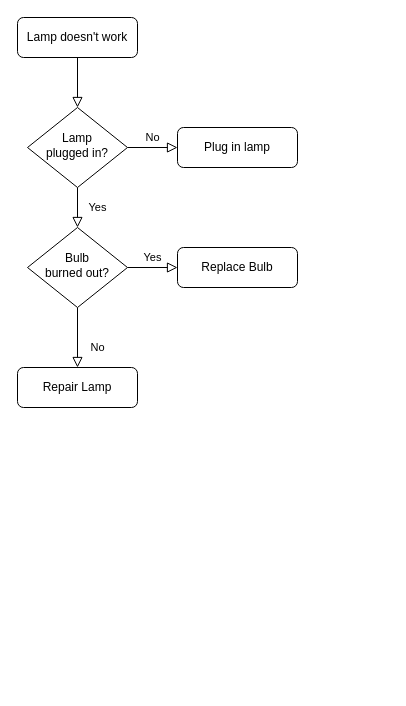
Earlier version of the draw.io diagram 未命名绘图.drawio (SimpleAlong/learngit). Source tidied: cells renumbered, new cells numbered last; positions are measured from the earlier drawing's top-left corner, leaving out a move shared by most shapes. Both pictures are drawn from the tidied source at 100%, with x=0, y=0 at pixel (17, 17).
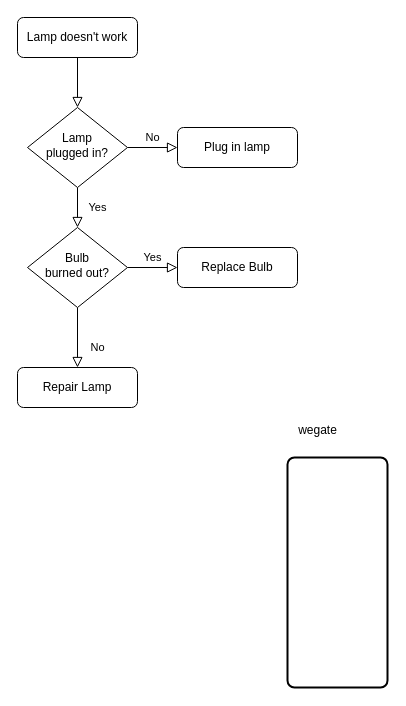
After the change.

Commit message:
更新未命名绘图.drawio

Diff of the diagram source:
```diff
@@
 <mxGraphModel>
   <root>
     <mxCell id="0" />
     <mxCell id="1" parent="0" />
     <mxCell id="2" style="rounded=0;html=1;jettySize=auto;fontSize=11;endArrow=block;endFill=0;endSize=8;strokeWidth=1;shadow=0;labelBackgroundColor=none;edgeStyle=orthogonalEdgeStyle;" parent="1" edge="1" source="3" target="6">
       <mxGeometry relative="1" as="geometry" />
     </mxCell>
     <mxCell id="3" value="Lamp doesn't work" style="rounded=1;whiteSpace=wrap;html=1;fontSize=12;glass=0;strokeWidth=1;shadow=0;" parent="1" vertex="1">
       <mxGeometry width="120" height="40" as="geometry" />
     </mxCell>
     <mxCell id="4" value="Yes" style="rounded=0;html=1;jettySize=auto;fontSize=11;endArrow=block;endFill=0;endSize=8;strokeWidth=1;shadow=0;labelBackgroundColor=none;edgeStyle=orthogonalEdgeStyle;" parent="1" edge="1" source="6" target="10">
       <mxGeometry y="20" relative="1" as="geometry" />
     </mxCell>
     <mxCell id="5" value="No" style="edgeStyle=orthogonalEdgeStyle;rounded=0;html=1;jettySize=auto;fontSize=11;endArrow=block;endFill=0;endSize=8;strokeWidth=1;shadow=0;labelBackgroundColor=none;" parent="1" edge="1" source="6" target="7">
       <mxGeometry y="10" relative="1" as="geometry" />
     </mxCell>
     <mxCell id="6" value="Lamp&lt;br&gt;plugged in?" style="rhombus;whiteSpace=wrap;html=1;shadow=0;fontFamily=Helvetica;fontSize=12;align=center;strokeWidth=1;spacing=6;spacingTop=-4;" parent="1" vertex="1">
       <mxGeometry x="10" y="90" width="100" height="80" as="geometry" />
     </mxCell>
     <mxCell id="7" value="Plug in lamp" style="rounded=1;whiteSpace=wrap;html=1;fontSize=12;glass=0;strokeWidth=1;shadow=0;" parent="1" vertex="1">
       <mxGeometry x="160" y="110" width="120" height="40" as="geometry" />
     </mxCell>
     <mxCell id="8" value="No" style="rounded=0;html=1;jettySize=auto;fontSize=11;endArrow=block;endFill=0;endSize=8;strokeWidth=1;shadow=0;labelBackgroundColor=none;edgeStyle=orthogonalEdgeStyle;" parent="1" edge="1" source="10" target="11">
       <mxGeometry x="0.33" y="20" relative="1" as="geometry" />
     </mxCell>
     <mxCell id="9" value="Yes" style="edgeStyle=orthogonalEdgeStyle;rounded=0;html=1;jettySize=auto;fontSize=11;endArrow=block;endFill=0;endSize=8;strokeWidth=1;shadow=0;labelBackgroundColor=none;" parent="1" edge="1" source="10" target="12">
       <mxGeometry y="10" relative="1" as="geometry" />
     </mxCell>
     <mxCell id="10" value="Bulb&lt;br&gt;burned out?" style="rhombus;whiteSpace=wrap;html=1;shadow=0;fontFamily=Helvetica;fontSize=12;align=center;strokeWidth=1;spacing=6;spacingTop=-4;" parent="1" vertex="1">
       <mxGeometry x="10" y="210" width="100" height="80" as="geometry" />
     </mxCell>
     <mxCell id="11" value="Repair Lamp" style="rounded=1;whiteSpace=wrap;html=1;fontSize=12;glass=0;strokeWidth=1;shadow=0;" parent="1" vertex="1">
       <mxGeometry y="350" width="120" height="40" as="geometry" />
     </mxCell>
     <mxCell id="12" value="Replace Bulb" style="rounded=1;whiteSpace=wrap;html=1;fontSize=12;glass=0;strokeWidth=1;shadow=0;" parent="1" vertex="1">
       <mxGeometry x="160" y="230" width="120" height="40" as="geometry" />
     </mxCell>
+    <mxCell id="13" style="rounded=1;whiteSpace=wrap;html=1;absoluteArcSize=1;arcSize=14;strokeWidth=2;" parent="1" vertex="1">
+      <mxGeometry x="270" y="440" width="100" height="230" as="geometry" />
+    </mxCell>
+    <mxCell id="14" value="wegate" style="text;html=1;align=center;verticalAlign=middle;strokeColor=none;fillColor=none;" parent="1" vertex="1">
+      <mxGeometry x="270" y="398" width="60" height="30" as="geometry" />
+    </mxCell>
   </root>
 </mxGraphModel>
```
